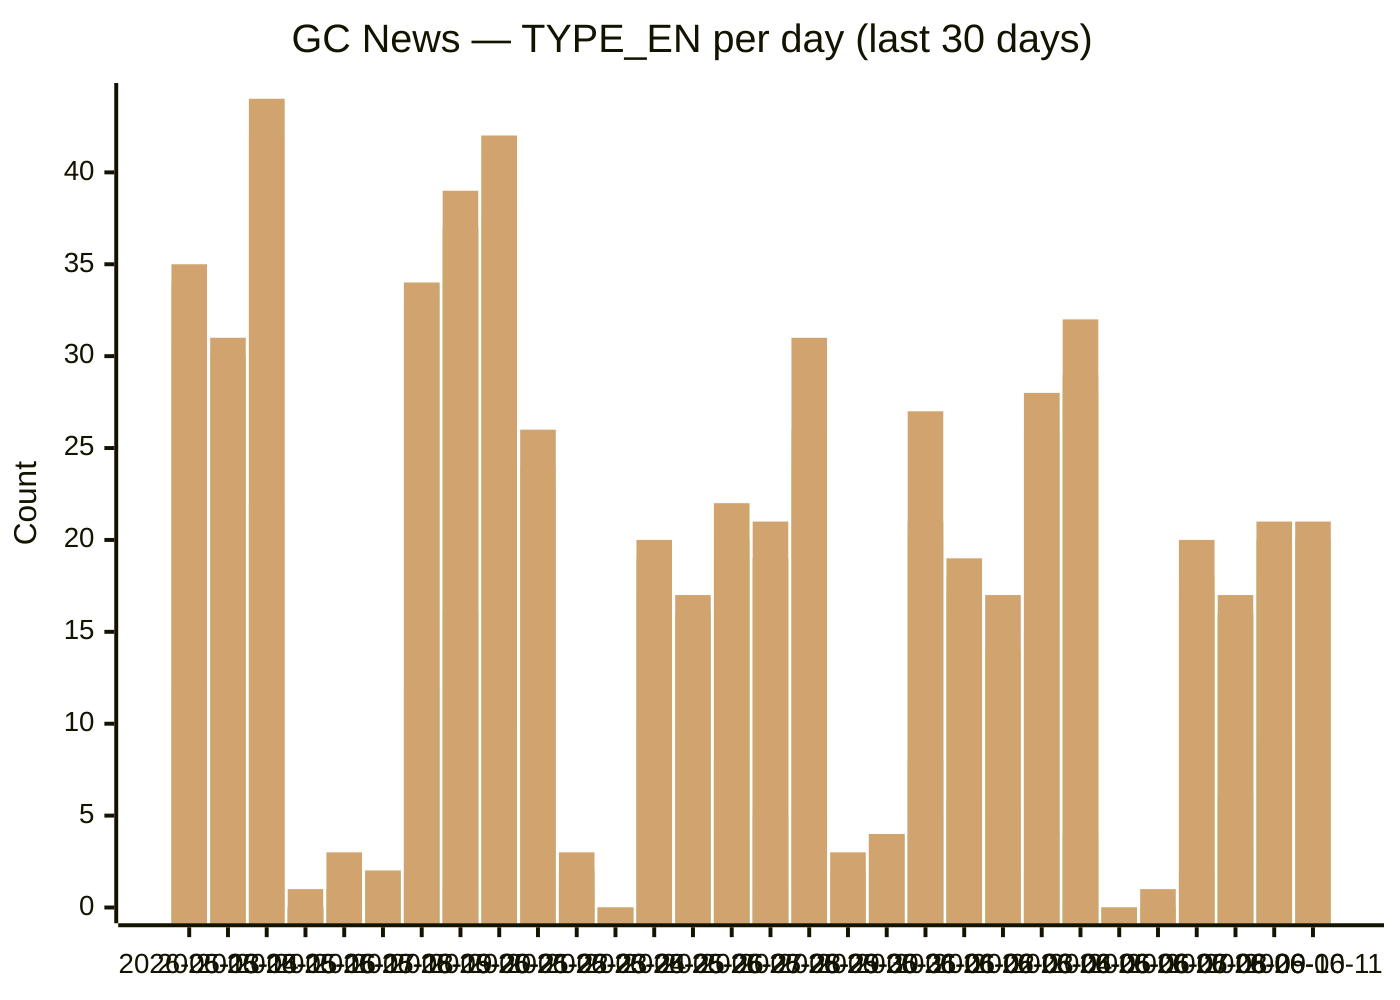
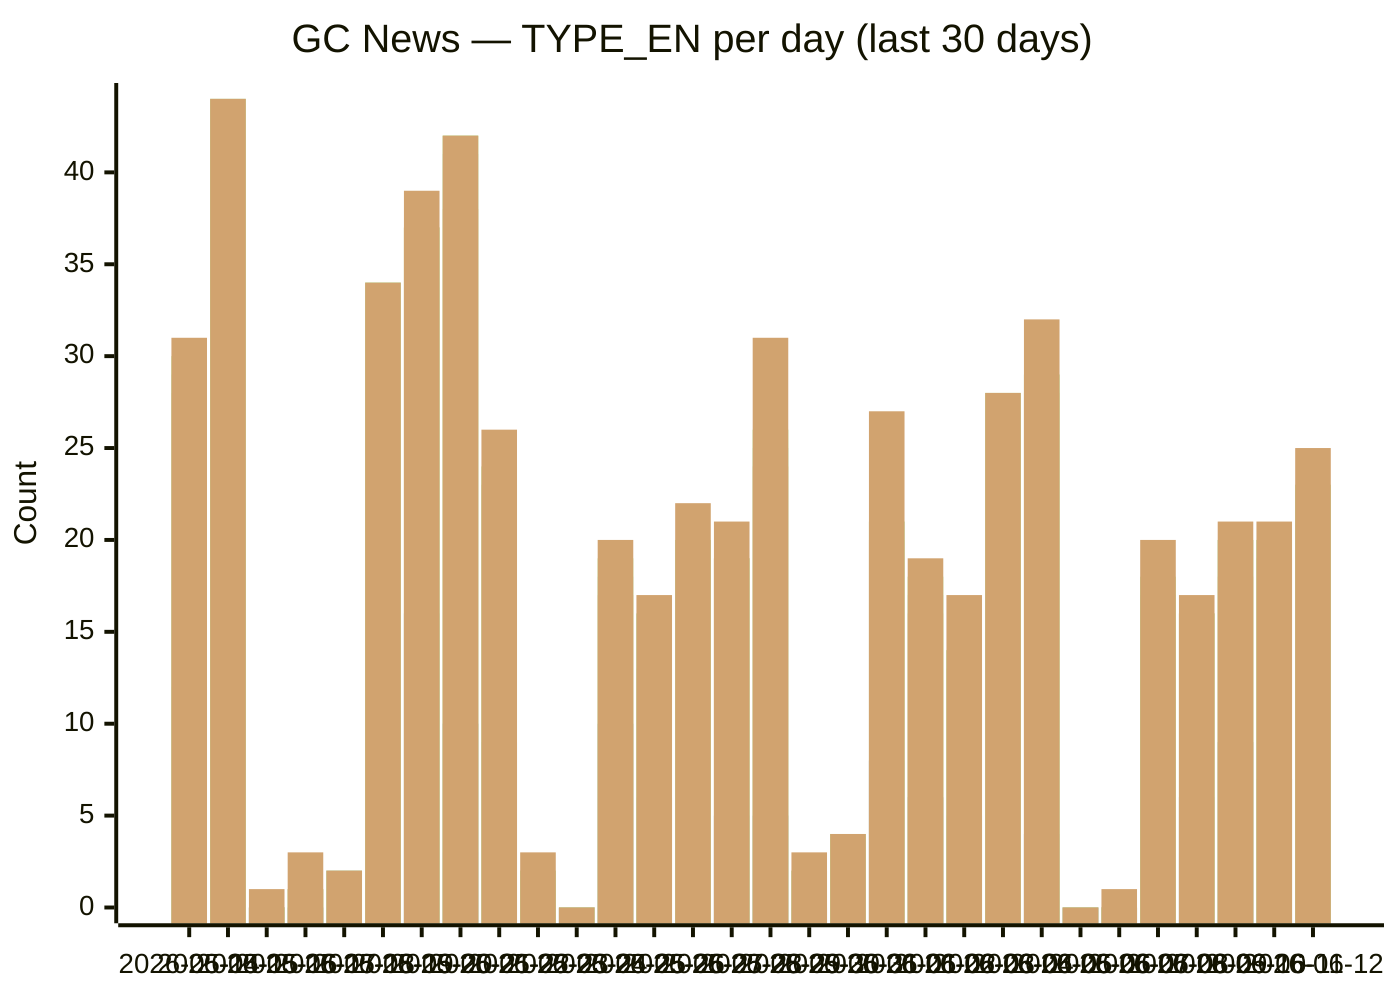
xychart-beta
  title "GC News — TYPE_EN per day (last 30 days)"
-   x-axis [2026-05-13, 2026-05-14, 2026-05-15, 2026-05-16, 2026-05-17, 2026-05-18, 2026-05-19, 2026-05-20, 2026-05-21, 2026-05-22, 2026-05-23, 2026-05-24, 2026-05-25, 2026-05-26, 2026-05-27, 2026-05-28, 2026-05-29, 2026-05-30, 2026-05-31, 2026-06-01, 2026-06-02, 2026-06-03, 2026-06-04, 2026-06-05, 2026-06-06, 2026-06-07, 2026-06-08, 2026-06-09, 2026-06-10, 2026-06-11]
+   x-axis [2026-05-14, 2026-05-15, 2026-05-16, 2026-05-17, 2026-05-18, 2026-05-19, 2026-05-20, 2026-05-21, 2026-05-22, 2026-05-23, 2026-05-24, 2026-05-25, 2026-05-26, 2026-05-27, 2026-05-28, 2026-05-29, 2026-05-30, 2026-05-31, 2026-06-01, 2026-06-02, 2026-06-03, 2026-06-04, 2026-06-05, 2026-06-06, 2026-06-07, 2026-06-08, 2026-06-09, 2026-06-10, 2026-06-11, 2026-06-12]
  y-axis "Count" 0 --> 44
-   bar backgrounders [2, 4, 5, 0, 0, 0, 1, 1, 3, 3, 0, 0, 6, 1, 4, 1, 1, 0, 0, 5, 2, 2, 2, 0, 0, 0, 0, 3, 2, 0]
-   bar "media advisories" [12, 12, 22, 0, 0, 2, 12, 16, 10, 9, 1, 0, 10, 6, 8, 5, 5, 0, 4, 8, 6, 5, 15, 4, 0, 0, 2, 6, 9, 7]
-   bar "news releases" [31, 28, 42, 0, 1, 2, 33, 37, 38, 23, 2, 0, 17, 13, 19, 19, 24, 2, 4, 20, 16, 13, 26, 28, 0, 0, 17, 16, 18, 19]
-   bar readouts [34, 29, 44, 0, 1, 2, 34, 37, 41, 23, 2, 0, 18, 16, 20, 19, 25, 2, 4, 21, 17, 14, 27, 29, 0, 0, 17, 16, 20, 20]
-   bar speeches [34, 30, 44, 0, 1, 2, 34, 37, 42, 24, 2, 0, 19, 16, 20, 19, 26, 2, 4, 21, 18, 14, 28, 29, 0, 0, 18, 16, 20, 20]
-   bar statements [35, 31, 44, 1, 3, 2, 34, 39, 42, 26, 3, 0, 20, 17, 22, 21, 31, 3, 4, 27, 19, 17, 28, 32, 0, 1, 20, 17, 21, 21]
+   bar backgrounders [4, 5, 0, 0, 0, 1, 1, 3, 3, 0, 0, 6, 1, 4, 1, 1, 0, 0, 5, 2, 2, 2, 0, 0, 0, 0, 3, 2, 0, 3]
+   bar "media advisories" [12, 22, 0, 0, 2, 12, 16, 10, 9, 1, 0, 10, 6, 8, 5, 5, 0, 4, 8, 6, 5, 15, 4, 0, 0, 2, 6, 9, 7, 8]
+   bar "news releases" [28, 42, 0, 1, 2, 33, 37, 38, 23, 2, 0, 17, 13, 19, 19, 24, 2, 4, 20, 16, 13, 26, 28, 0, 0, 17, 16, 18, 19, 23]
+   bar readouts [29, 44, 0, 1, 2, 34, 37, 41, 23, 2, 0, 18, 16, 20, 19, 25, 2, 4, 21, 17, 14, 27, 29, 0, 0, 17, 16, 20, 20, 23]
+   bar speeches [30, 44, 0, 1, 2, 34, 37, 42, 24, 2, 0, 19, 16, 20, 19, 26, 2, 4, 21, 18, 14, 28, 29, 0, 0, 18, 16, 20, 20, 23]
+   bar statements [31, 44, 1, 3, 2, 34, 39, 42, 26, 3, 0, 20, 17, 22, 21, 31, 3, 4, 27, 19, 17, 28, 32, 0, 1, 20, 17, 21, 21, 25]
